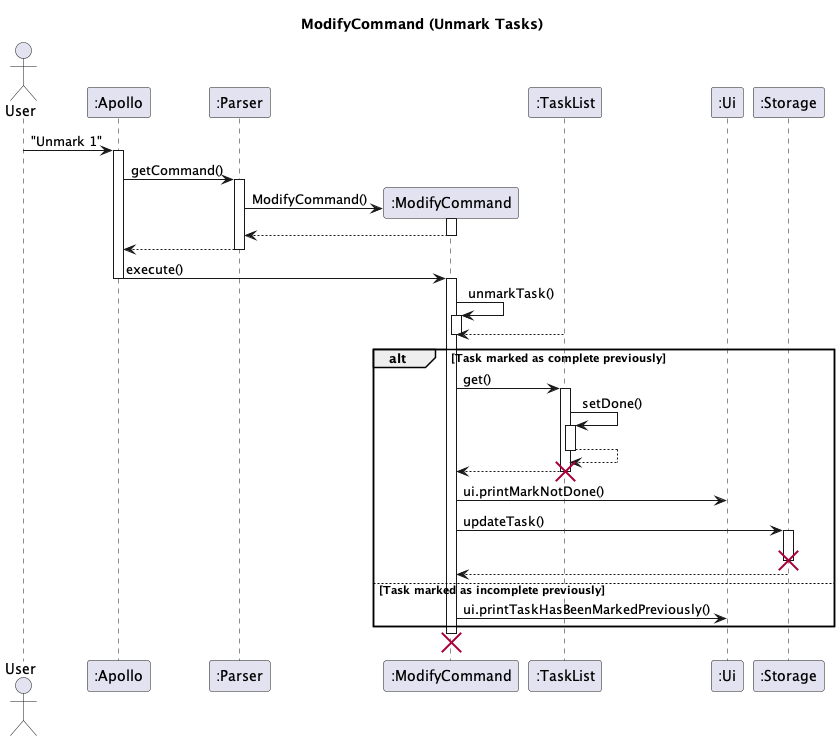
Above: docs/uml-diagrams/ModifyCommand-ModifyCommand__Unmark_Tasks_.png in nus-cs2113-AY2223S2/tp (PlantUML), before the change. Its diagram source:
```plantuml
@startuml

skinparam maxMessageSize 150
title ModifyCommand (Unmark Tasks)

actor User
participant ":Apollo" as Apollo
participant ":Parser" as Parser
participant ":ModifyCommand" as modify

participant ":TaskList" as TaskList
participant ":Ui" as Ui
participant ":Storage" as Storage

User -> Apollo : "Unmark 1"
activate Apollo
Apollo -> Parser : getCommand()
activate Parser
Parser -> modify** : ModifyCommand()
modify++
return
return

Apollo -> modify : execute()
Apollo--
activate modify
modify -> modify++ : unmarkTask()
TaskList --> modify
modify --
alt Task marked as complete previously
modify -> TaskList++: get()
TaskList -> TaskList ++ :setDone()
return
modify <-- TaskList--
destroy TaskList
modify -> Ui : ui.printMarkNotDone()
modify -> Storage ++: updateTask()
destroy Storage
return

else Task marked as incomplete previously
modify -> Ui : ui.printTaskHasBeenMarkedPreviously()
end
destroy modify


@enduml
```
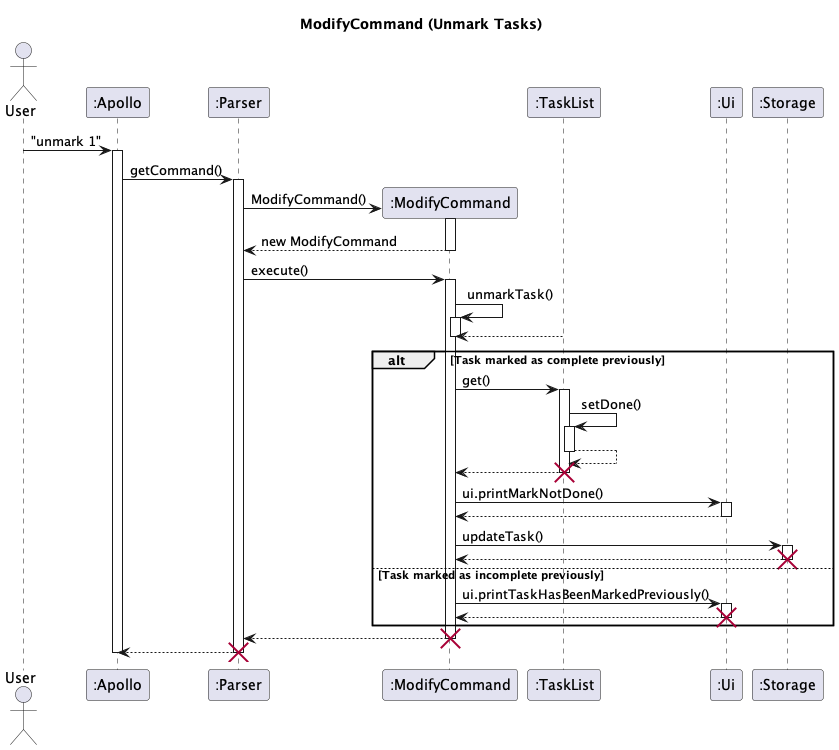
Later version of the same file.

Change to the diagram source:
```diff
@@ -12,17 +12,19 @@
 participant ":Ui" as Ui
 participant ":Storage" as Storage
 
-User -> Apollo : "Unmark 1"
+User -> Apollo : "unmark 1"
 activate Apollo
 Apollo -> Parser : getCommand()
 activate Parser
 Parser -> modify** : ModifyCommand()
-modify++
-return
-return
+activate modify
+modify --> Parser: new ModifyCommand
+deactivate modify
 
-Apollo -> modify : execute()
-Apollo--
+
+
+Parser -> modify : execute()
+
 activate modify
 modify -> modify++ : unmarkTask()
 TaskList --> modify
@@ -34,14 +36,33 @@
 modify <-- TaskList--
 destroy TaskList
 modify -> Ui : ui.printMarkNotDone()
-modify -> Storage ++: updateTask()
+activate Ui
+Ui --> modify
+deactivate Ui
+
+modify -> Storage: updateTask()
+activate Storage
+Storage --> modify
 destroy Storage
-return
+
+
+
+
+
 
 else Task marked as incomplete previously
+
 modify -> Ui : ui.printTaskHasBeenMarkedPreviously()
+activate Ui
+Ui --> modify
+deactivate Ui
+destroy Ui
 end
+modify --> Parser
 destroy modify
+Parser --> Apollo
+destroy Parser
 
+deactivate Apollo
 
 @enduml
```
